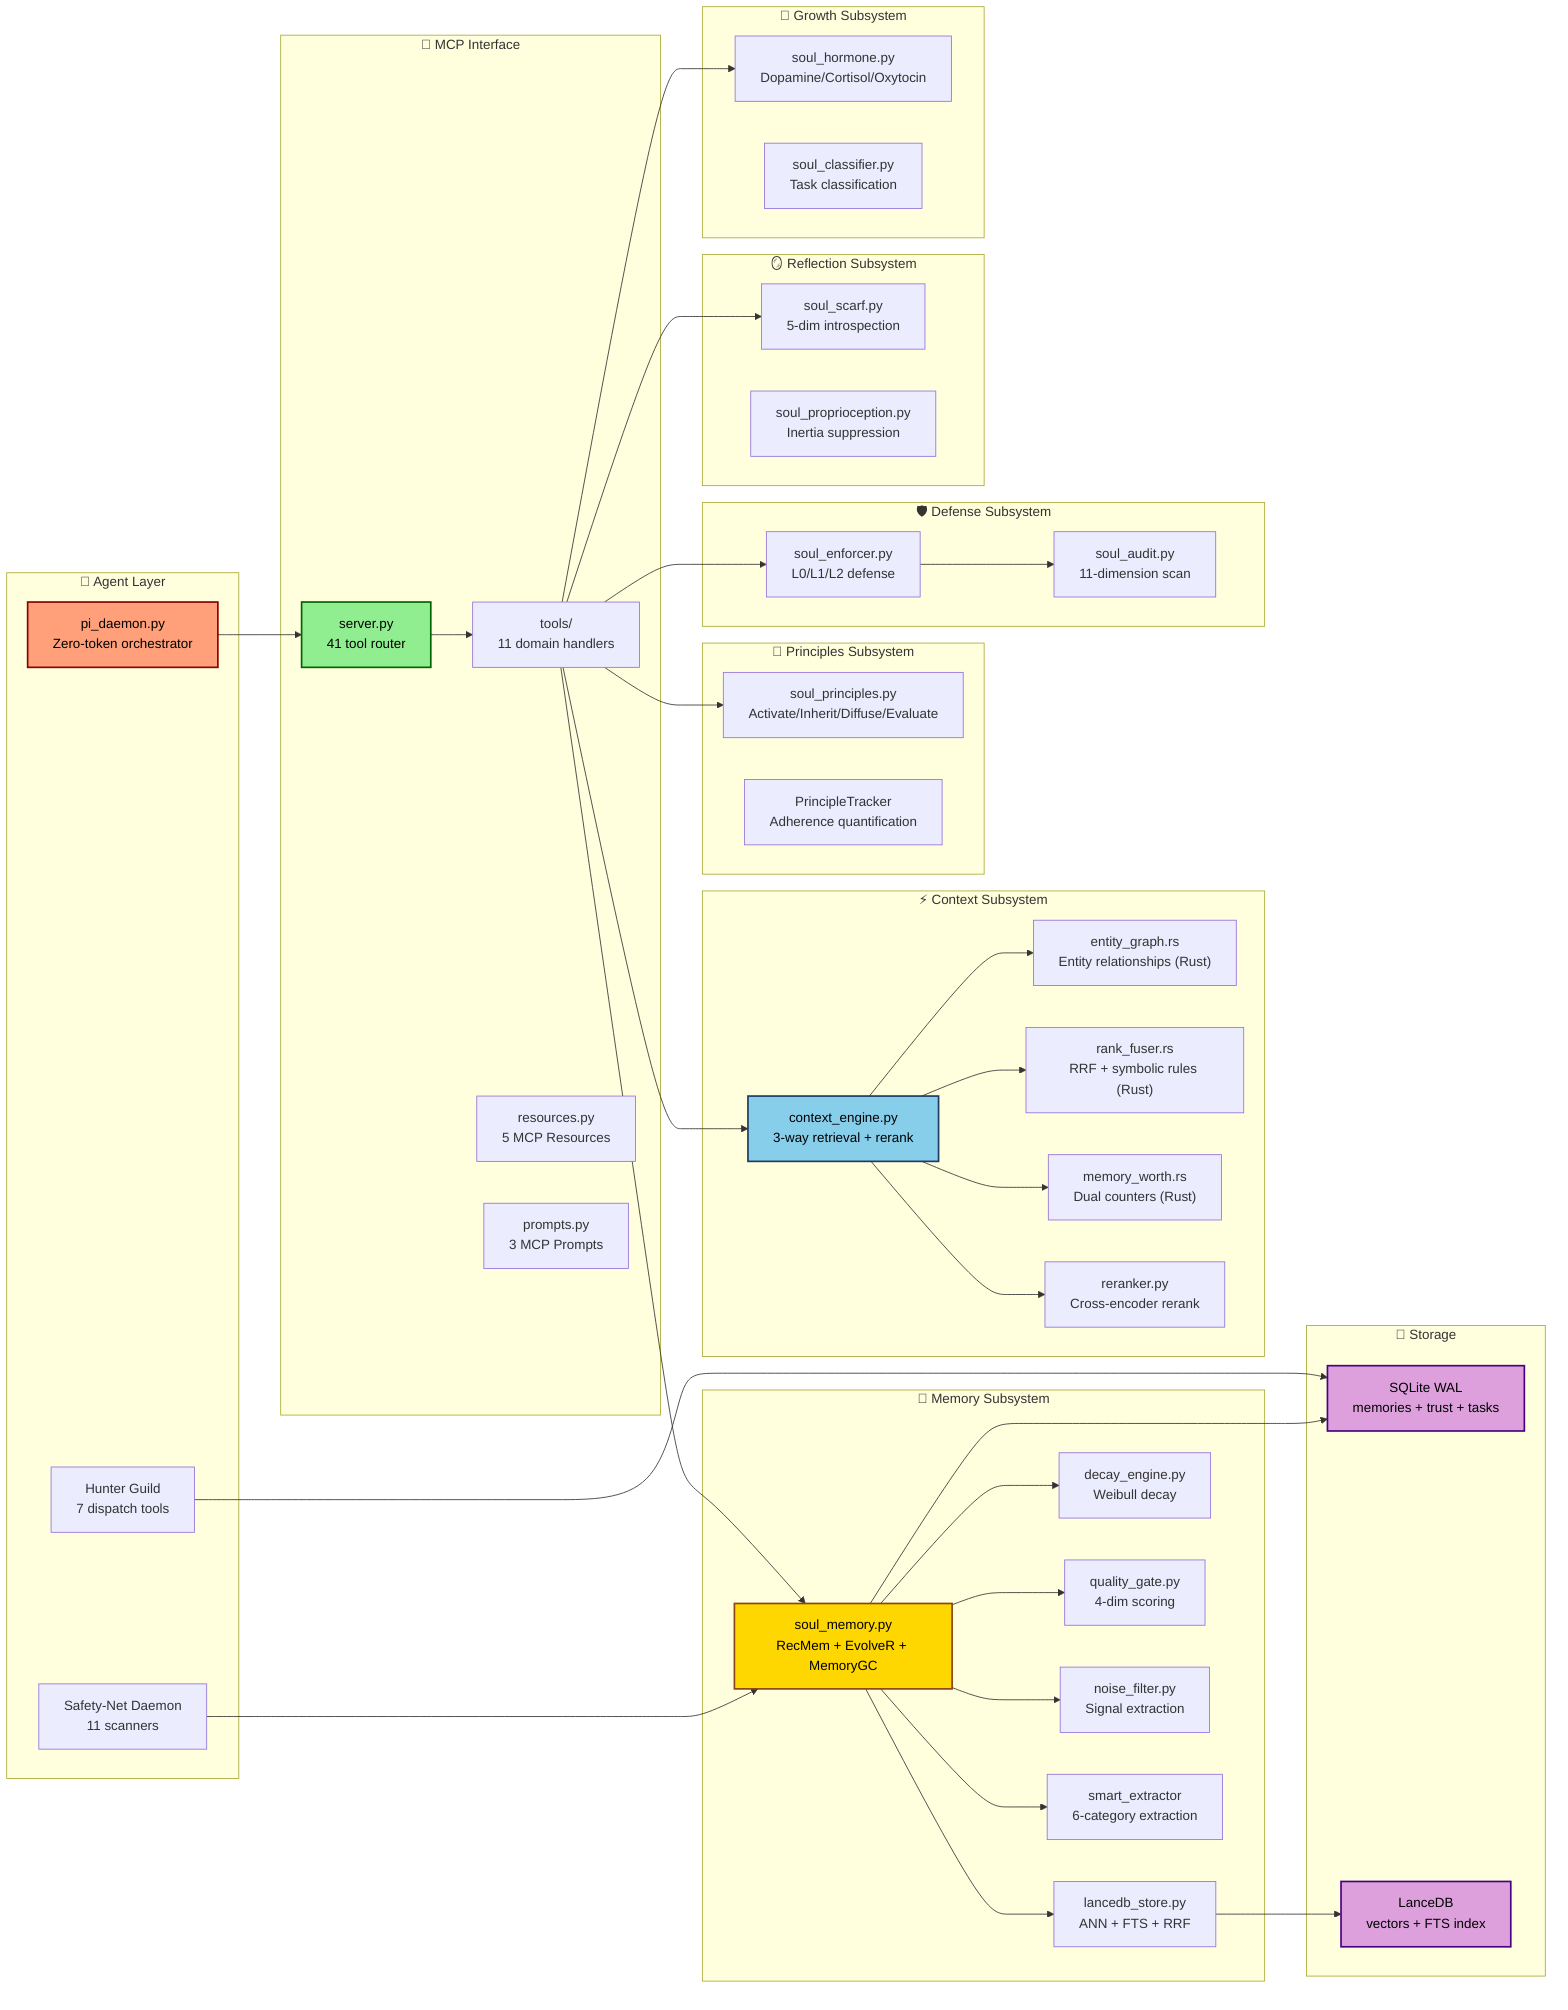
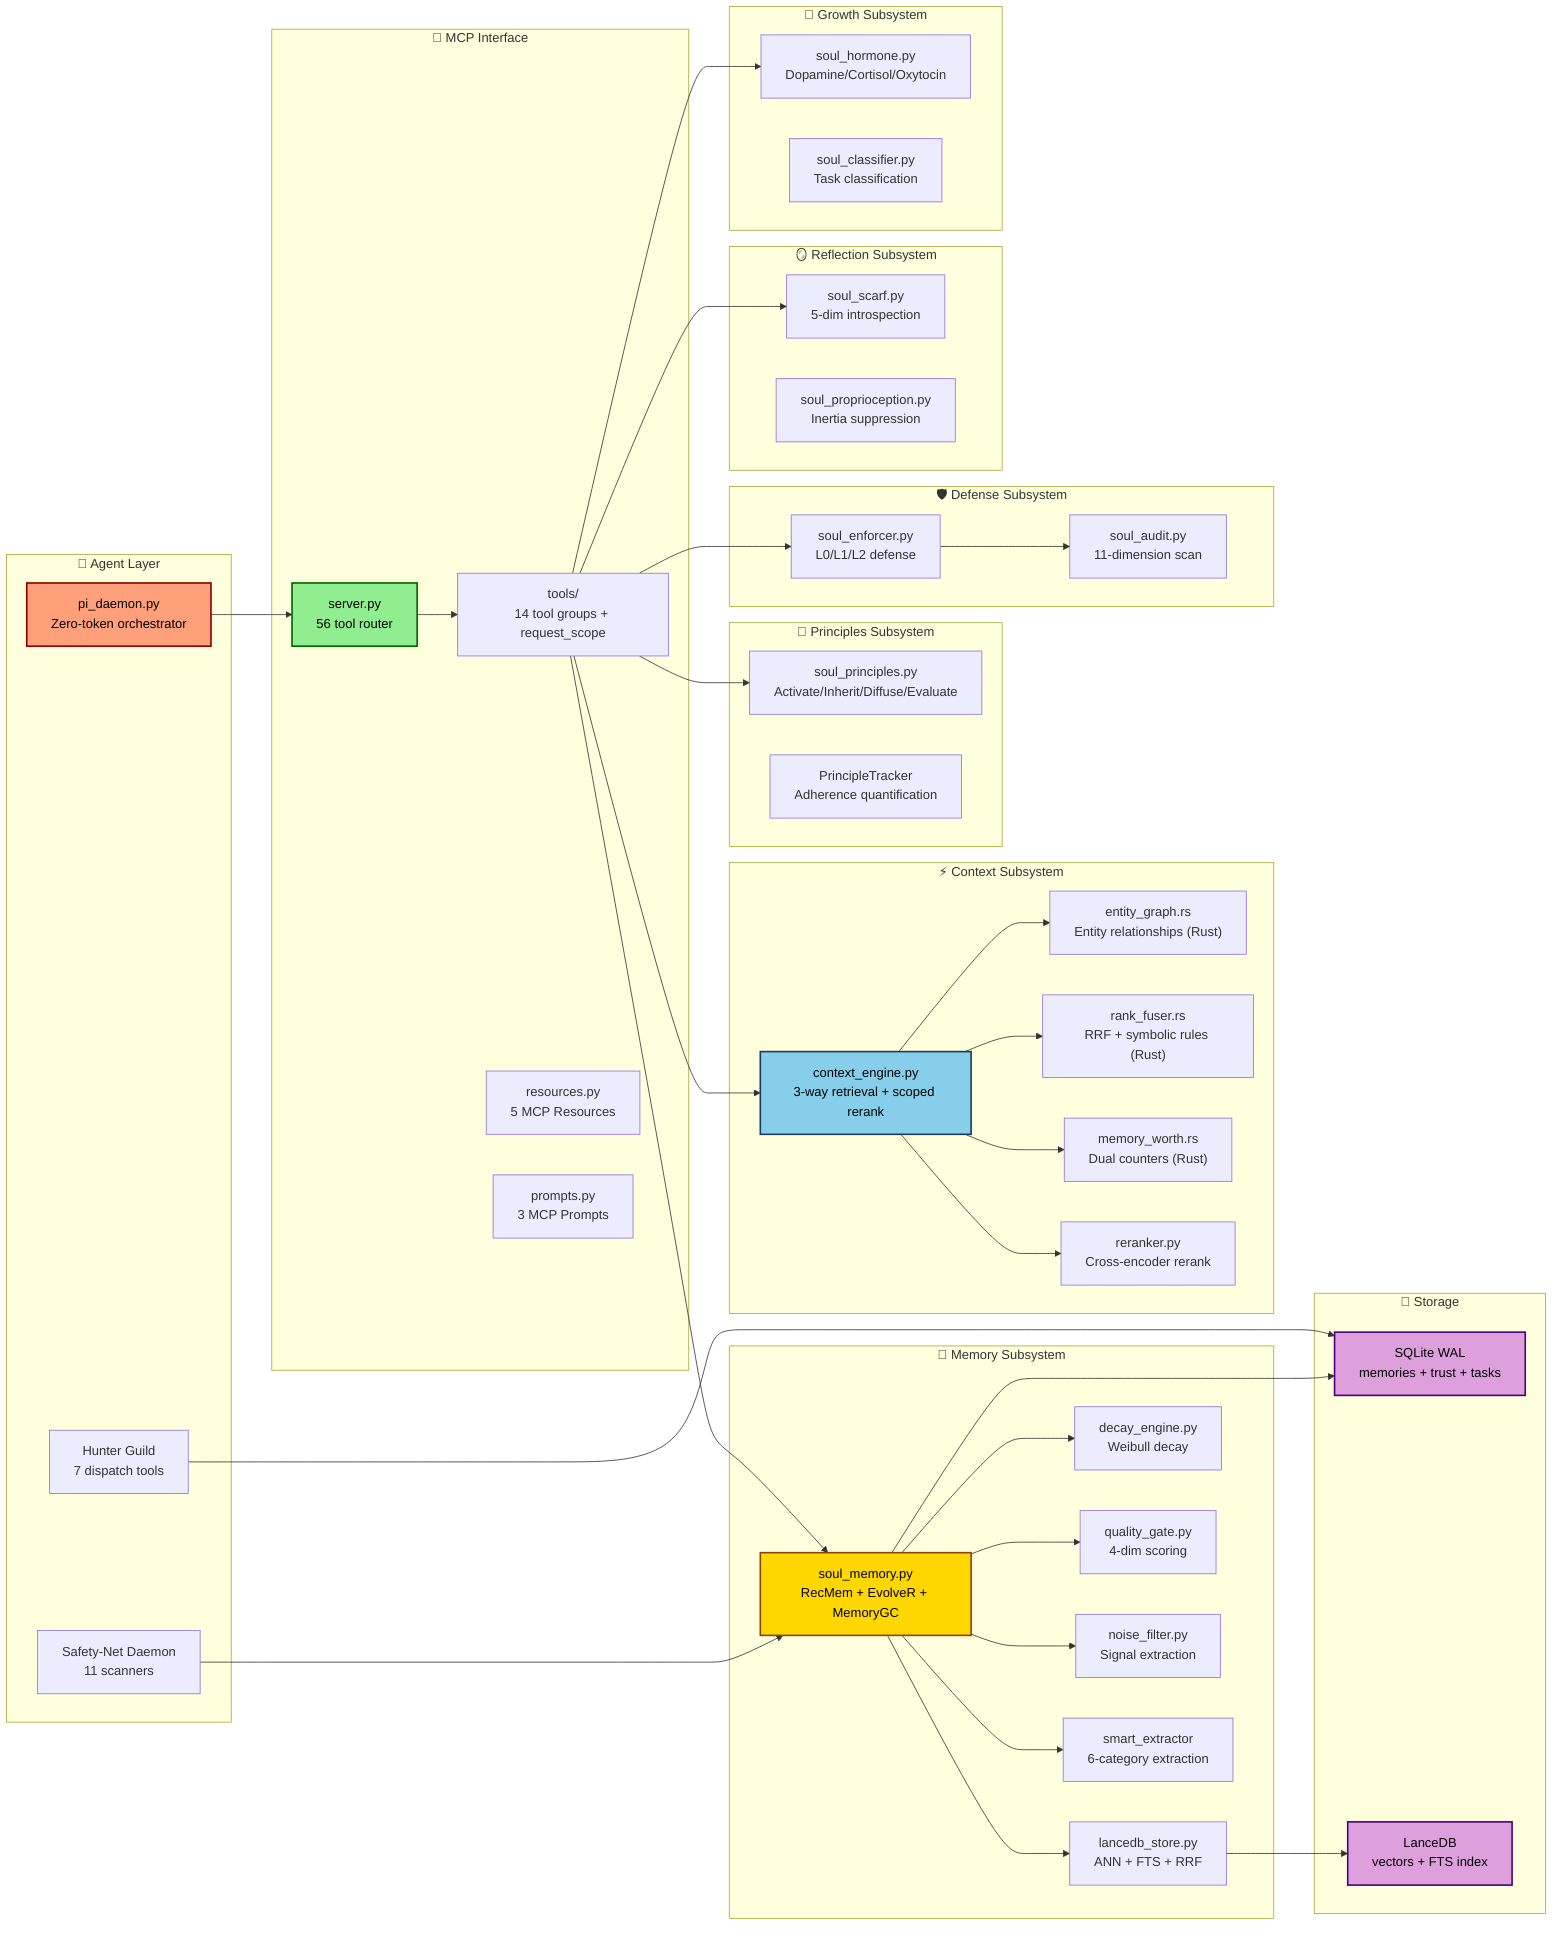
graph LR
    subgraph "🧠 Memory Subsystem"
        SM["soul_memory.py<br/>RecMem + EvolveR + MemoryGC"]
        LB["lancedb_store.py<br/>ANN + FTS + RRF"]
        DE["decay_engine.py<br/>Weibull decay"]
        QG["quality_gate.py<br/>4-dim scoring"]
        NF["noise_filter.py<br/>Signal extraction"]
        SE["smart_extractor<br/>6-category extraction"]
    end

    subgraph "⚡ Context Subsystem"
-         CTX["context_engine.py<br/>3-way retrieval + rerank"]
+         CTX["context_engine.py<br/>3-way retrieval + scoped rerank"]
        EG["entity_graph.rs<br/>Entity relationships (Rust)"]
        RF["rank_fuser.rs<br/>RRF + symbolic rules (Rust)"]
        MW["memory_worth.rs<br/>Dual counters (Rust)"]
        RERANK["reranker.py<br/>Cross-encoder rerank"]
    end

    subgraph "📜 Principles Subsystem"
        SP["soul_principles.py<br/>Activate/Inherit/Diffuse/Evaluate"]
        PT["PrincipleTracker<br/>Adherence quantification"]
    end

    subgraph "🛡️ Defense Subsystem"
        SENF["soul_enforcer.py<br/>L0/L1/L2 defense"]
        SAUD["soul_audit.py<br/>11-dimension scan"]
    end

    subgraph "🪞 Reflection Subsystem"
        SCARF["soul_scarf.py<br/>5-dim introspection"]
        PROP["soul_proprioception.py<br/>Inertia suppression"]
    end

    subgraph "💪 Growth Subsystem"
        SH["soul_hormone.py<br/>Dopamine/Cortisol/Oxytocin"]
        SCLS["soul_classifier.py<br/>Task classification"]
    end

    subgraph "🔌 MCP Interface"
-         SRV["server.py<br/>41 tool router"]
-         TOOLS["tools/<br/>11 domain handlers"]
+         SRV["server.py<br/>56 tool router"]
+         TOOLS["tools/<br/>14 tool groups + request_scope"]
        RES["resources.py<br/>5 MCP Resources"]
        PROMPTS["prompts.py<br/>3 MCP Prompts"]
    end

    subgraph "🤖 Agent Layer"
        DAEMON["pi_daemon.py<br/>Zero-token orchestrator"]
        SAFETY["Safety-Net Daemon<br/>11 scanners"]
        GUILD["Hunter Guild<br/>7 dispatch tools"]
    end

    subgraph "💾 Storage"
        SQL["SQLite WAL<br/>memories + trust + tasks"]
        LDB["LanceDB<br/>vectors + FTS index"]
    end

    SRV --> TOOLS
    TOOLS --> SM
    TOOLS --> SP
    TOOLS --> CTX
    TOOLS --> SENF
    TOOLS --> SCARF
    TOOLS --> SH

    SM --> LB
    SM --> DE
    SM --> QG
    SM --> NF
    SM --> SE
    CTX --> EG
    CTX --> RF
    CTX --> MW
    CTX --> RERANK
    SENF --> SAUD
    DAEMON --> SRV
    SAFETY --> SM
    GUILD --> SQL
    LB --> LDB
    SM --> SQL

    style SM fill:#FFD700,stroke:#8B4513,stroke-width:2px,color:#000
    style CTX fill:#87CEEB,stroke:#1E3A5F,stroke-width:2px,color:#000
    style SRV fill:#90EE90,stroke:#006400,stroke-width:2px,color:#000
    style DAEMON fill:#FFA07A,stroke:#8B0000,stroke-width:2px,color:#000
    style SQL fill:#DDA0DD,stroke:#4B0082,stroke-width:2px,color:#000
    style LDB fill:#DDA0DD,stroke:#4B0082,stroke-width:2px,color:#000
